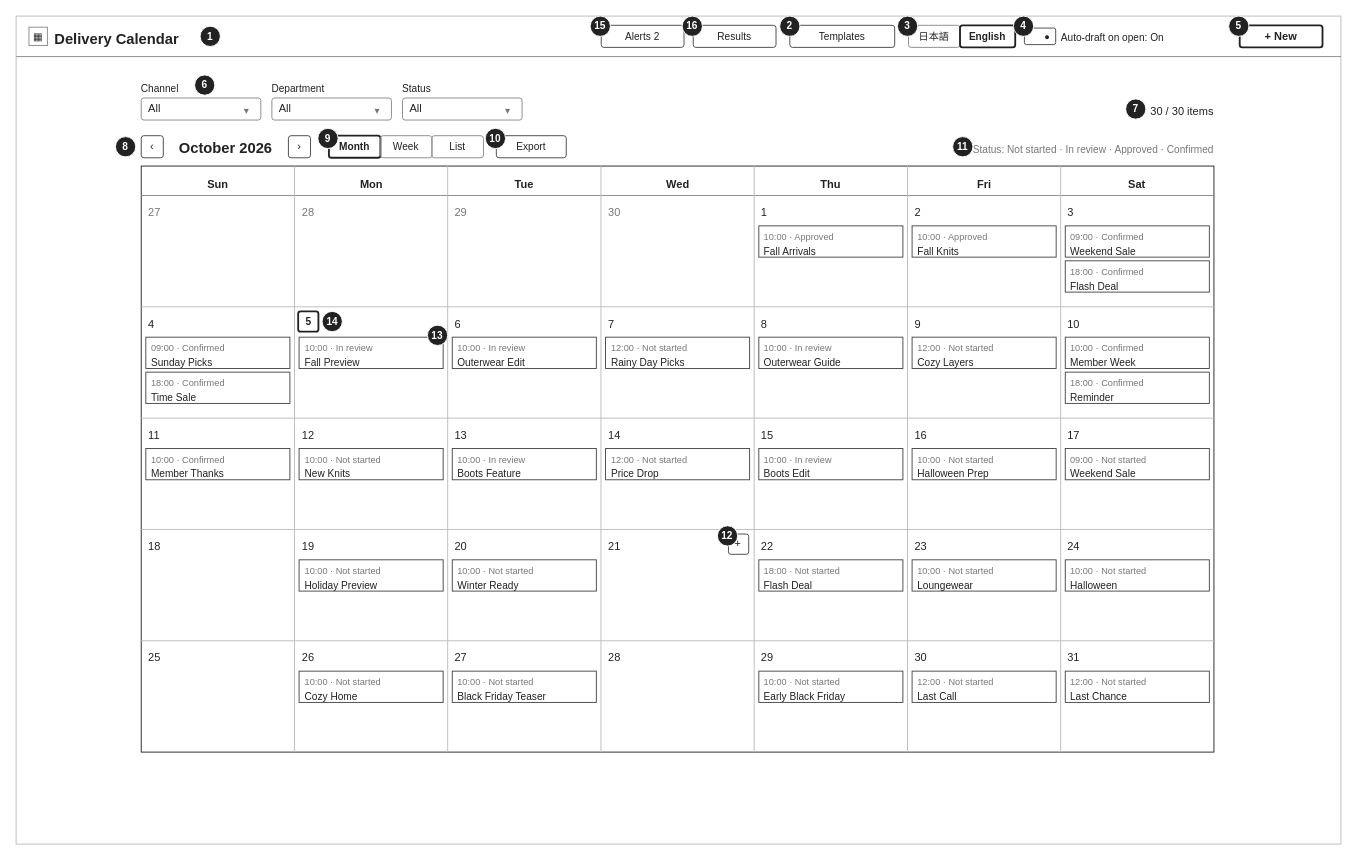
Above: docs/wireframes/drawio/01-calendar.drawio in audeoinc/ccp (draw.io), before the change. Source tidied: cells renumbered, new cells numbered last; positions are measured from the earlier drawing's top-left corner, leaving out a move shared by most shapes. Both pictures are drawn from the tidied source at 92%, with x=0, y=0 at pixel (16, 16).
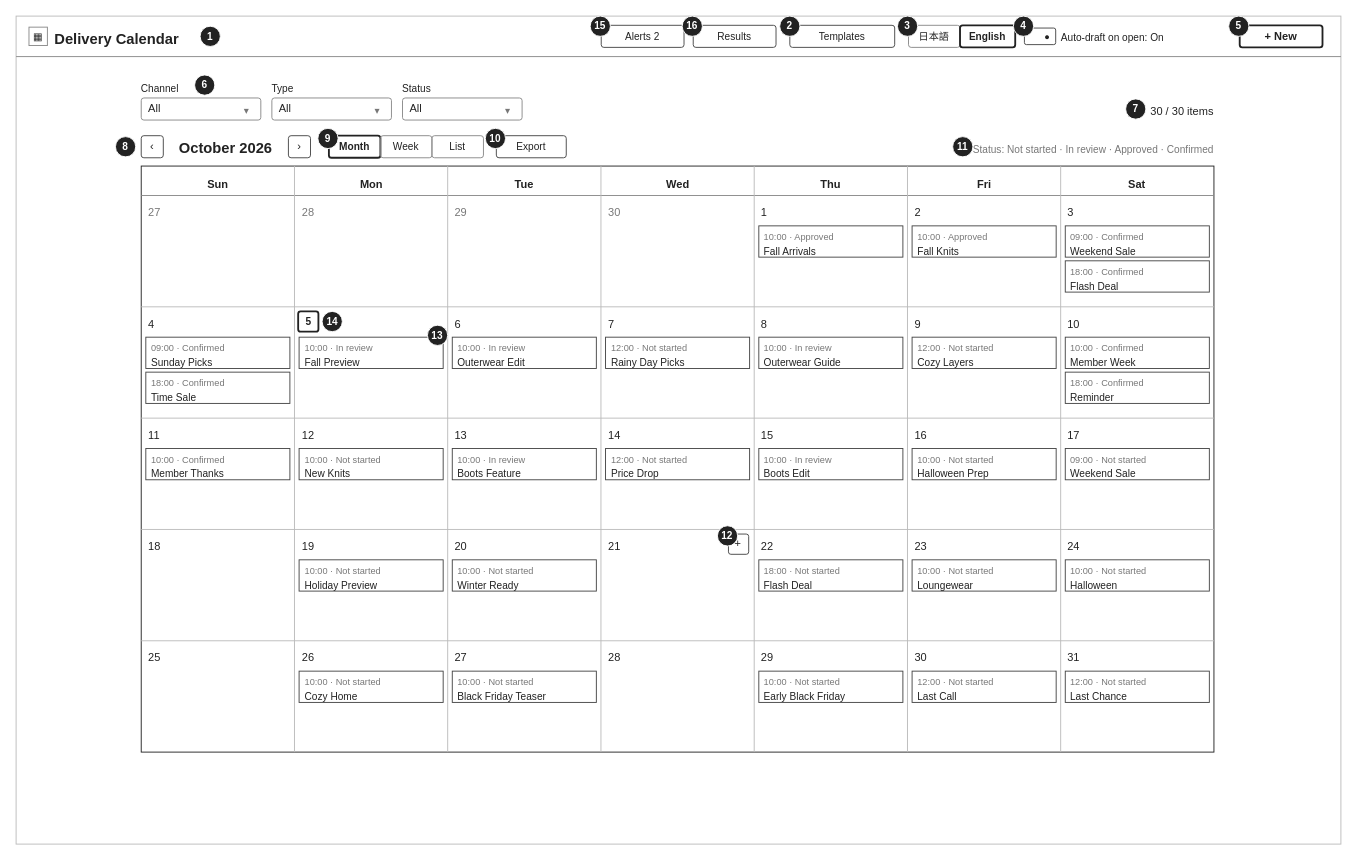
Above is the later version.

Diff of the diagram source:
```diff
@@
-    <mxCell id="17" value="Department" style="text;html=1;strokeColor=none;fillColor=none;align=left;verticalAlign=top;whiteSpace=wrap;fontSize=11;fontColor=#222222;spacing=0;" parent="1" vertex="1">
+    <mxCell id="17" value="Type" style="text;html=1;strokeColor=none;fillColor=none;align=left;verticalAlign=top;whiteSpace=wrap;fontSize=11;fontColor=#222222;spacing=0;" parent="1" vertex="1">
       <mxGeometry x="278" y="68" width="130" height="16" as="geometry" />
     </mxCell>
```
